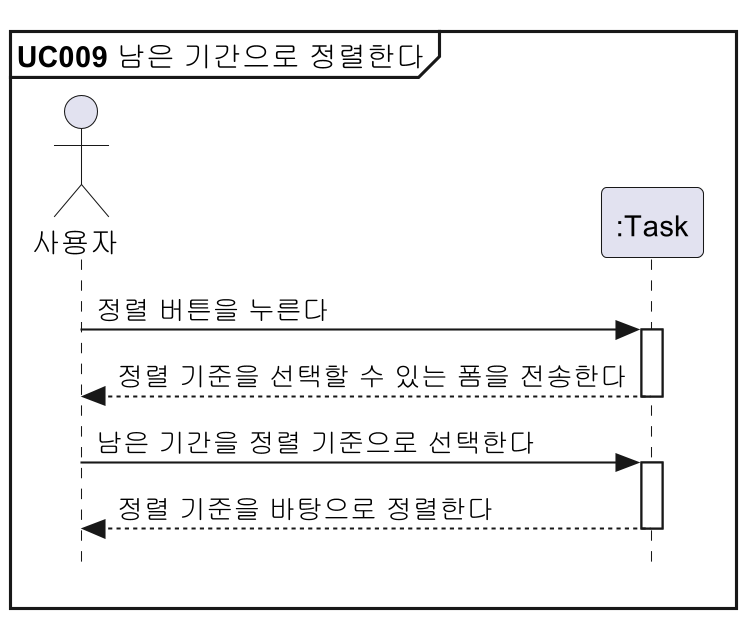
Above: docs/설계명세서/images/seq_diag/uc009.png in parkchamchi/SoftwareEngineering2023 (PlantUML), before the change. Its diagram source:
```plantuml
@startuml
!includesub style.puml!STYLE

mainframe **UC009** 남은 기간으로 정렬한다

actor 사용자
participant ":Task" as Task

사용자 -> Task : 정렬 버튼을 누른다
Task --> 사용자 : 정렬 기준을 선택할 수 있는 폼을 전송한다
사용자 -> Task : 남은 기간을 정렬 기준으로 선택한다
Task --> 사용자 : 정렬 기준을 바탕으로 정렬한다

@enduml
```
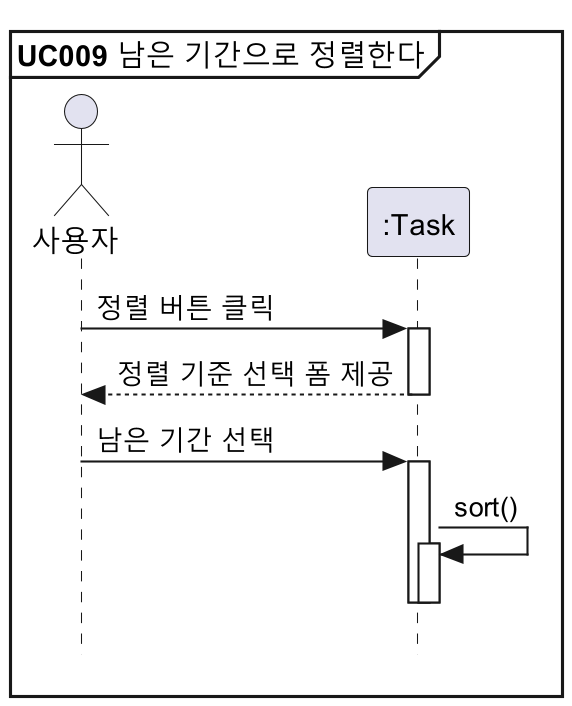
Above is the later version.

What changed in the source:
```diff
@@ -6,9 +6,11 @@
 actor 사용자
 participant ":Task" as Task
 
-사용자 -> Task : 정렬 버튼을 누른다
-Task --> 사용자 : 정렬 기준을 선택할 수 있는 폼을 전송한다
-사용자 -> Task : 남은 기간을 정렬 기준으로 선택한다
-Task --> 사용자 : 정렬 기준을 바탕으로 정렬한다
+사용자 -> Task : 정렬 버튼 클릭
+Task --> 사용자 : 정렬 기준 선택 폼 제공
+사용자 -> Task : 남은 기간 선택
+Task -> Task : sort()
+deactivate Task
+deactivate Task
 
 @enduml
```
